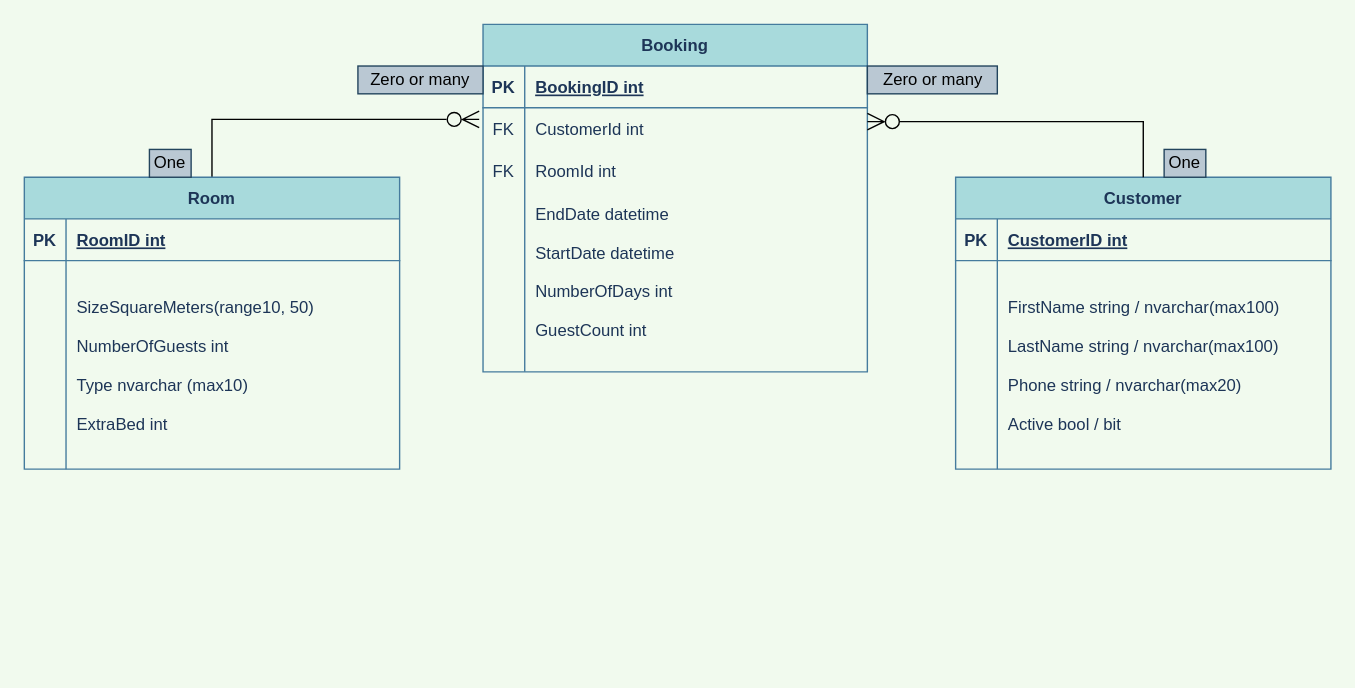
This is Extra files/HotellModellering.drawio from Malinwtz/HotelBooking, a draw.io file, before an edit. Source tidied: cells renumbered, new cells numbered last; positions are measured from the earlier drawing's top-left corner, leaving out a move shared by most shapes. Both pictures are drawn from the tidied source at 139%, with x=0, y=0 at pixel (24, 24).
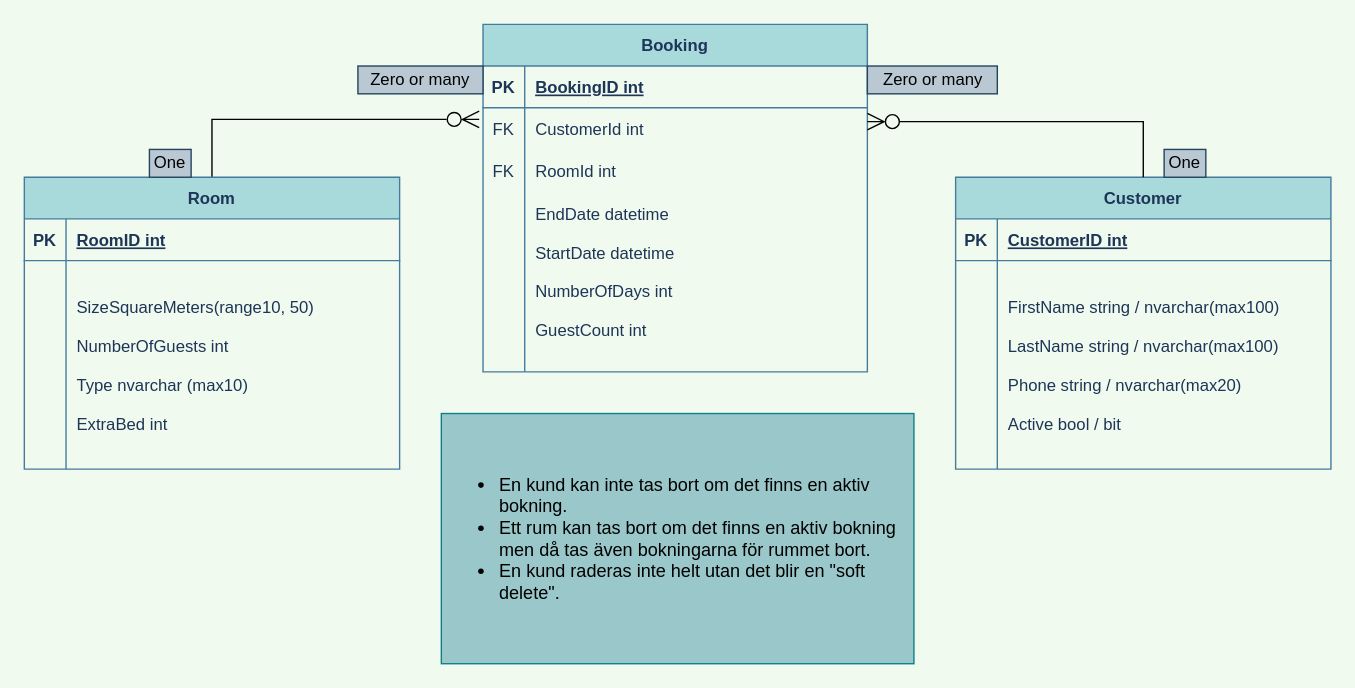
Above is the later version.

The edit, as a diff of the source:
```diff
@@
+    <mxCell id="36" value="&lt;ul style=&quot;font-size: 13px;&quot;&gt;&lt;li&gt;En kund kan inte tas bort om det finns en aktiv bokning.&lt;/li&gt;&lt;li&gt;Ett rum kan tas bort om det finns en aktiv bokning men då tas även bokningarna för rummet bort.&amp;nbsp;&lt;/li&gt;&lt;li&gt;En kund raderas inte helt utan det blir en &quot;soft delete&quot;.&lt;/li&gt;&lt;/ul&gt;" style="text;html=1;strokeColor=#0e8088;fillColor=#9AC7C9;align=left;verticalAlign=middle;whiteSpace=wrap;rounded=0;gradientColor=none;fillStyle=solid;" parent="1" vertex="1">
+      <mxGeometry x="300" y="280" width="340" height="180" as="geometry" />
+    </mxCell>
```
